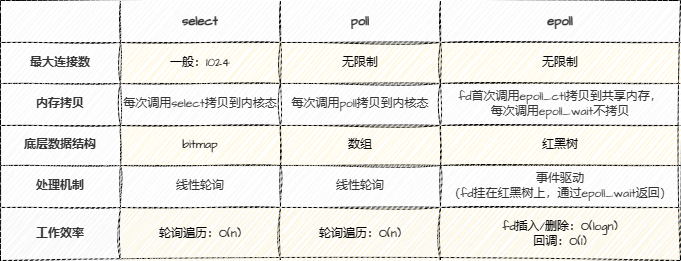
Above: content/blog/os-io-multiplexing-20240323/images/select_poll_epoll.png in hongziqi/hongziqi.github.io (draw.io), before the change. Source tidied: cells renumbered, new cells last; positions are measured from the earlier drawing's top-left corner, leaving out a move shared by most shapes. The source it was exported from:
```xml
<mxGraphModel>
  <root>
    <mxCell id="0" />
    <mxCell id="1" parent="0" />
    <mxCell id="2" style="shape=table;startSize=0;sketch=1;hachureGap=4;jiggle=2;curveFitting=1;fontFamily=Architects Daughter;fontSource=https%3A%2F%2Ffonts.googleapis.com%2Fcss%3Ffamily%3DArchitects%2BDaughter;" parent="1" vertex="1">
      <mxGeometry width="680" height="260" as="geometry" />
    </mxCell>
    <mxCell id="3" style="shape=tableRow;horizontal=0;startSize=0;swimlaneHead=0;swimlaneBody=0;strokeColor=inherit;top=0;left=0;bottom=0;right=0;fillColor=none;sketch=1;hachureGap=4;jiggle=2;curveFitting=1;fontFamily=Architects Daughter;fontSource=https%3A%2F%2Ffonts.googleapis.com%2Fcss%3Ffamily%3DArchitects%2BDaughter;" parent="2" vertex="1">
      <mxGeometry width="680" height="42" as="geometry" />
    </mxCell>
    <mxCell id="4" style="shape=partialRectangle;html=1;whiteSpace=wrap;strokeColor=#666666;overflow=hidden;fillColor=#f5f5f5;top=0;left=0;bottom=0;right=0;sketch=1;hachureGap=4;jiggle=2;curveFitting=1;fontFamily=Architects Daughter;fontSource=https%3A%2F%2Ffonts.googleapis.com%2Fcss%3Ffamily%3DArchitects%2BDaughter;fontColor=#333333;" parent="3" vertex="1">
      <mxGeometry width="120" height="42" as="geometry" />
    </mxCell>
    <mxCell id="5" value="&lt;b&gt;&lt;font style=&quot;font-size: 13px;&quot;&gt;select&lt;/font&gt;&lt;/b&gt;" style="shape=partialRectangle;html=1;whiteSpace=wrap;strokeColor=#666666;overflow=hidden;fillColor=#f5f5f5;top=0;left=0;bottom=0;right=0;sketch=1;hachureGap=4;jiggle=2;curveFitting=1;fontFamily=Architects Daughter;fontSource=https%3A%2F%2Ffonts.googleapis.com%2Fcss%3Ffamily%3DArchitects%2BDaughter;fontColor=#333333;" parent="3" vertex="1">
      <mxGeometry x="120" width="160" height="42" as="geometry" />
    </mxCell>
    <mxCell id="6" value="&lt;b&gt;&lt;font style=&quot;font-size: 13px;&quot;&gt;poll&lt;/font&gt;&lt;/b&gt;" style="shape=partialRectangle;html=1;whiteSpace=wrap;strokeColor=#666666;overflow=hidden;fillColor=#f5f5f5;top=0;left=0;bottom=0;right=0;sketch=1;hachureGap=4;jiggle=2;curveFitting=1;fontFamily=Architects Daughter;fontSource=https%3A%2F%2Ffonts.googleapis.com%2Fcss%3Ffamily%3DArchitects%2BDaughter;fontColor=#333333;" parent="3" vertex="1">
      <mxGeometry x="280" width="160" height="42" as="geometry" />
    </mxCell>
    <mxCell id="7" value="&lt;b&gt;&lt;font style=&quot;font-size: 13px;&quot;&gt;epoll&lt;/font&gt;&lt;/b&gt;" style="shape=partialRectangle;html=1;whiteSpace=wrap;strokeColor=#666666;overflow=hidden;fillColor=#f5f5f5;top=0;left=0;bottom=0;right=0;sketch=1;hachureGap=4;jiggle=2;curveFitting=1;fontFamily=Architects Daughter;fontSource=https%3A%2F%2Ffonts.googleapis.com%2Fcss%3Ffamily%3DArchitects%2BDaughter;fontColor=#333333;" parent="3" vertex="1">
      <mxGeometry x="440" width="240" height="42" as="geometry" />
    </mxCell>
    <mxCell id="8" style="shape=tableRow;horizontal=0;startSize=0;swimlaneHead=0;swimlaneBody=0;strokeColor=inherit;top=0;left=0;bottom=0;right=0;fillColor=none;sketch=1;hachureGap=4;jiggle=2;curveFitting=1;fontFamily=Architects Daughter;fontSource=https%3A%2F%2Ffonts.googleapis.com%2Fcss%3Ffamily%3DArchitects%2BDaughter;" parent="2" vertex="1">
      <mxGeometry y="42" width="680" height="41" as="geometry" />
    </mxCell>
    <mxCell id="9" value="最大连接数" style="shape=partialRectangle;html=1;whiteSpace=wrap;strokeColor=#666666;overflow=hidden;fillColor=#f5f5f5;top=0;left=0;bottom=0;right=0;sketch=1;hachureGap=4;jiggle=2;curveFitting=1;fontFamily=Architects Daughter;fontSource=https%3A%2F%2Ffonts.googleapis.com%2Fcss%3Ffamily%3DArchitects%2BDaughter;fontColor=#333333;fontStyle=1;" parent="8" vertex="1">
      <mxGeometry width="120" height="41" as="geometry" />
    </mxCell>
    <mxCell id="10" value="&lt;div&gt;&lt;span style=&quot;background-color: initial;&quot;&gt;一般：&lt;/span&gt;&lt;span style=&quot;background-color: initial;&quot;&gt;1024&lt;/span&gt;&lt;/div&gt;" style="shape=partialRectangle;html=1;whiteSpace=wrap;strokeColor=#d6b656;overflow=hidden;fillColor=#fff2cc;top=0;left=0;bottom=0;right=0;sketch=1;hachureGap=4;jiggle=2;curveFitting=1;fontFamily=Architects Daughter;fontSource=https%3A%2F%2Ffonts.googleapis.com%2Fcss%3Ffamily%3DArchitects%2BDaughter;" parent="8" vertex="1">
      <mxGeometry x="120" width="160" height="41" as="geometry" />
    </mxCell>
    <mxCell id="11" value="无限制" style="shape=partialRectangle;html=1;whiteSpace=wrap;strokeColor=#d6b656;overflow=hidden;fillColor=#fff2cc;top=0;left=0;bottom=0;right=0;sketch=1;hachureGap=4;jiggle=2;curveFitting=1;fontFamily=Architects Daughter;fontSource=https%3A%2F%2Ffonts.googleapis.com%2Fcss%3Ffamily%3DArchitects%2BDaughter;" parent="8" vertex="1">
      <mxGeometry x="280" width="160" height="41" as="geometry" />
    </mxCell>
    <mxCell id="12" value="无限制" style="shape=partialRectangle;html=1;whiteSpace=wrap;strokeColor=#d6b656;overflow=hidden;fillColor=#fff2cc;top=0;left=0;bottom=0;right=0;sketch=1;hachureGap=4;jiggle=2;curveFitting=1;fontFamily=Architects Daughter;fontSource=https%3A%2F%2Ffonts.googleapis.com%2Fcss%3Ffamily%3DArchitects%2BDaughter;" parent="8" vertex="1">
      <mxGeometry x="440" width="240" height="41" as="geometry" />
    </mxCell>
    <mxCell id="13" style="shape=tableRow;horizontal=0;startSize=0;swimlaneHead=0;swimlaneBody=0;strokeColor=inherit;top=0;left=0;bottom=0;right=0;fillColor=none;sketch=1;hachureGap=4;jiggle=2;curveFitting=1;fontFamily=Architects Daughter;fontSource=https%3A%2F%2Ffonts.googleapis.com%2Fcss%3Ffamily%3DArchitects%2BDaughter;" parent="2" vertex="1">
      <mxGeometry y="83" width="680" height="42" as="geometry" />
    </mxCell>
    <mxCell id="14" value="内存拷贝" style="shape=partialRectangle;html=1;whiteSpace=wrap;strokeColor=#666666;overflow=hidden;fillColor=#f5f5f5;top=0;left=0;bottom=0;right=0;sketch=1;hachureGap=4;jiggle=2;curveFitting=1;fontFamily=Architects Daughter;fontSource=https%3A%2F%2Ffonts.googleapis.com%2Fcss%3Ffamily%3DArchitects%2BDaughter;fontColor=#333333;fontStyle=1;" parent="13" vertex="1">
      <mxGeometry width="120" height="42" as="geometry" />
    </mxCell>
    <mxCell id="15" value="每次调用select拷贝到内核态" style="shape=partialRectangle;html=1;whiteSpace=wrap;strokeColor=#666666;overflow=hidden;fillColor=#f5f5f5;top=0;left=0;bottom=0;right=0;sketch=1;hachureGap=4;jiggle=2;curveFitting=1;fontFamily=Architects Daughter;fontSource=https%3A%2F%2Ffonts.googleapis.com%2Fcss%3Ffamily%3DArchitects%2BDaughter;fontColor=#333333;" parent="13" vertex="1">
      <mxGeometry x="120" width="160" height="42" as="geometry" />
    </mxCell>
    <mxCell id="16" value="每次调用poll拷贝到内核态" style="shape=partialRectangle;html=1;whiteSpace=wrap;strokeColor=#666666;overflow=hidden;fillColor=#f5f5f5;top=0;left=0;bottom=0;right=0;sketch=1;hachureGap=4;jiggle=2;curveFitting=1;fontFamily=Architects Daughter;fontSource=https%3A%2F%2Ffonts.googleapis.com%2Fcss%3Ffamily%3DArchitects%2BDaughter;fontColor=#333333;" parent="13" vertex="1">
      <mxGeometry x="280" width="160" height="42" as="geometry" />
    </mxCell>
    <mxCell id="17" value="fd首次调用epoll_ctl拷贝到共享内存，&lt;div&gt;每次调用epoll_wait不拷贝&lt;/div&gt;" style="shape=partialRectangle;html=1;whiteSpace=wrap;strokeColor=#666666;overflow=hidden;fillColor=#f5f5f5;top=0;left=0;bottom=0;right=0;sketch=1;hachureGap=4;jiggle=2;curveFitting=1;fontFamily=Architects Daughter;fontSource=https%3A%2F%2Ffonts.googleapis.com%2Fcss%3Ffamily%3DArchitects%2BDaughter;fontColor=#333333;" parent="13" vertex="1">
      <mxGeometry x="440" width="240" height="42" as="geometry" />
    </mxCell>
    <mxCell id="18" style="shape=tableRow;horizontal=0;startSize=0;swimlaneHead=0;swimlaneBody=0;strokeColor=inherit;top=0;left=0;bottom=0;right=0;fillColor=none;sketch=1;hachureGap=4;jiggle=2;curveFitting=1;fontFamily=Architects Daughter;fontSource=https%3A%2F%2Ffonts.googleapis.com%2Fcss%3Ffamily%3DArchitects%2BDaughter;" parent="2" vertex="1">
      <mxGeometry y="125" width="680" height="40" as="geometry" />
    </mxCell>
    <mxCell id="19" value="底层数据结构" style="shape=partialRectangle;html=1;whiteSpace=wrap;strokeColor=#666666;overflow=hidden;fillColor=#f5f5f5;top=0;left=0;bottom=0;right=0;sketch=1;hachureGap=4;jiggle=2;curveFitting=1;fontFamily=Architects Daughter;fontSource=https%3A%2F%2Ffonts.googleapis.com%2Fcss%3Ffamily%3DArchitects%2BDaughter;fontColor=#333333;fontStyle=1;" parent="18" vertex="1">
      <mxGeometry width="120" height="40" as="geometry" />
    </mxCell>
    <mxCell id="20" value="bitmap" style="shape=partialRectangle;html=1;whiteSpace=wrap;strokeColor=#d6b656;overflow=hidden;fillColor=#fff2cc;top=0;left=0;bottom=0;right=0;sketch=1;hachureGap=4;jiggle=2;curveFitting=1;fontFamily=Architects Daughter;fontSource=https%3A%2F%2Ffonts.googleapis.com%2Fcss%3Ffamily%3DArchitects%2BDaughter;" parent="18" vertex="1">
      <mxGeometry x="120" width="160" height="40" as="geometry" />
    </mxCell>
    <mxCell id="21" value="数组" style="shape=partialRectangle;html=1;whiteSpace=wrap;strokeColor=#d6b656;overflow=hidden;fillColor=#fff2cc;top=0;left=0;bottom=0;right=0;sketch=1;hachureGap=4;jiggle=2;curveFitting=1;fontFamily=Architects Daughter;fontSource=https%3A%2F%2Ffonts.googleapis.com%2Fcss%3Ffamily%3DArchitects%2BDaughter;" parent="18" vertex="1">
      <mxGeometry x="280" width="160" height="40" as="geometry" />
    </mxCell>
    <mxCell id="22" value="红黑树" style="shape=partialRectangle;html=1;whiteSpace=wrap;strokeColor=#d6b656;overflow=hidden;fillColor=#fff2cc;top=0;left=0;bottom=0;right=0;sketch=1;hachureGap=4;jiggle=2;curveFitting=1;fontFamily=Architects Daughter;fontSource=https%3A%2F%2Ffonts.googleapis.com%2Fcss%3Ffamily%3DArchitects%2BDaughter;" parent="18" vertex="1">
      <mxGeometry x="440" width="240" height="40" as="geometry" />
    </mxCell>
    <mxCell id="23" style="shape=tableRow;horizontal=0;startSize=0;swimlaneHead=0;swimlaneBody=0;strokeColor=inherit;top=0;left=0;bottom=0;right=0;fillColor=none;sketch=1;hachureGap=4;jiggle=2;curveFitting=1;fontFamily=Architects Daughter;fontSource=https%3A%2F%2Ffonts.googleapis.com%2Fcss%3Ffamily%3DArchitects%2BDaughter;" parent="2" vertex="1">
      <mxGeometry y="165" width="680" height="42" as="geometry" />
    </mxCell>
    <mxCell id="24" value="处理机制" style="shape=partialRectangle;html=1;whiteSpace=wrap;strokeColor=#666666;overflow=hidden;fillColor=#f5f5f5;top=0;left=0;bottom=0;right=0;sketch=1;hachureGap=4;jiggle=2;curveFitting=1;fontFamily=Architects Daughter;fontSource=https%3A%2F%2Ffonts.googleapis.com%2Fcss%3Ffamily%3DArchitects%2BDaughter;fontColor=#333333;fontStyle=1;" parent="23" vertex="1">
      <mxGeometry width="120" height="42" as="geometry" />
    </mxCell>
    <mxCell id="25" value="线性轮询" style="shape=partialRectangle;html=1;whiteSpace=wrap;strokeColor=#666666;overflow=hidden;fillColor=#f5f5f5;top=0;left=0;bottom=0;right=0;sketch=1;hachureGap=4;jiggle=2;curveFitting=1;fontFamily=Architects Daughter;fontSource=https%3A%2F%2Ffonts.googleapis.com%2Fcss%3Ffamily%3DArchitects%2BDaughter;fontColor=#333333;" parent="23" vertex="1">
      <mxGeometry x="120" width="160" height="42" as="geometry" />
    </mxCell>
    <mxCell id="26" value="线性轮询" style="shape=partialRectangle;html=1;whiteSpace=wrap;strokeColor=#666666;overflow=hidden;fillColor=#f5f5f5;top=0;left=0;bottom=0;right=0;sketch=1;hachureGap=4;jiggle=2;curveFitting=1;fontFamily=Architects Daughter;fontSource=https%3A%2F%2Ffonts.googleapis.com%2Fcss%3Ffamily%3DArchitects%2BDaughter;fontColor=#333333;" parent="23" vertex="1">
      <mxGeometry x="280" width="160" height="42" as="geometry" />
    </mxCell>
    <mxCell id="27" value="事件驱动&lt;div&gt;&lt;span style=&quot;background-color: initial;&quot;&gt;（fd挂在红黑树上，通过epoll_wait返回）&lt;/span&gt;&lt;/div&gt;" style="shape=partialRectangle;html=1;whiteSpace=wrap;strokeColor=#666666;overflow=hidden;fillColor=#f5f5f5;top=0;left=0;bottom=0;right=0;sketch=1;hachureGap=4;jiggle=2;curveFitting=1;fontFamily=Architects Daughter;fontSource=https%3A%2F%2Ffonts.googleapis.com%2Fcss%3Ffamily%3DArchitects%2BDaughter;fontColor=#333333;" parent="23" vertex="1">
      <mxGeometry x="440" width="240" height="42" as="geometry" />
    </mxCell>
    <mxCell id="28" style="shape=tableRow;horizontal=0;startSize=0;swimlaneHead=0;swimlaneBody=0;strokeColor=#666666;top=0;left=0;bottom=0;right=0;fillColor=#f5f5f5;sketch=1;hachureGap=4;jiggle=2;curveFitting=1;fontFamily=Architects Daughter;fontSource=https%3A%2F%2Ffonts.googleapis.com%2Fcss%3Ffamily%3DArchitects%2BDaughter;fontColor=#333333;" parent="2" vertex="1">
      <mxGeometry y="207" width="680" height="53" as="geometry" />
    </mxCell>
    <mxCell id="29" value="工作效率" style="shape=partialRectangle;html=1;whiteSpace=wrap;strokeColor=#666666;overflow=hidden;fillColor=#f5f5f5;top=0;left=0;bottom=0;right=0;sketch=1;hachureGap=4;jiggle=2;curveFitting=1;fontFamily=Architects Daughter;fontSource=https%3A%2F%2Ffonts.googleapis.com%2Fcss%3Ffamily%3DArchitects%2BDaughter;fontColor=#333333;fontStyle=1;" parent="28" vertex="1">
      <mxGeometry width="120" height="53" as="geometry" />
    </mxCell>
    <mxCell id="30" value="轮询遍历：O(n)" style="shape=partialRectangle;html=1;whiteSpace=wrap;strokeColor=#d6b656;overflow=hidden;fillColor=#fff2cc;top=0;left=0;bottom=0;right=0;sketch=1;hachureGap=4;jiggle=2;curveFitting=1;fontFamily=Architects Daughter;fontSource=https%3A%2F%2Ffonts.googleapis.com%2Fcss%3Ffamily%3DArchitects%2BDaughter;" parent="28" vertex="1">
      <mxGeometry x="120" width="160" height="53" as="geometry" />
    </mxCell>
    <mxCell id="31" value="轮询遍历：O(n)" style="shape=partialRectangle;html=1;whiteSpace=wrap;strokeColor=#d6b656;overflow=hidden;fillColor=#fff2cc;top=0;left=0;bottom=0;right=0;sketch=1;hachureGap=4;jiggle=2;curveFitting=1;fontFamily=Architects Daughter;fontSource=https%3A%2F%2Ffonts.googleapis.com%2Fcss%3Ffamily%3DArchitects%2BDaughter;" parent="28" vertex="1">
      <mxGeometry x="280" width="160" height="53" as="geometry" />
    </mxCell>
    <mxCell id="32" value="fd插入/删除：O(logn)&lt;div&gt;回调：O(1)&lt;/div&gt;" style="shape=partialRectangle;html=1;whiteSpace=wrap;strokeColor=#d6b656;overflow=hidden;fillColor=#fff2cc;top=0;left=0;bottom=0;right=0;sketch=1;hachureGap=4;jiggle=2;curveFitting=1;fontFamily=Architects Daughter;fontSource=https%3A%2F%2Ffonts.googleapis.com%2Fcss%3Ffamily%3DArchitects%2BDaughter;" parent="28" vertex="1">
      <mxGeometry x="440" width="240" height="53" as="geometry" />
    </mxCell>
  </root>
</mxGraphModel>
```
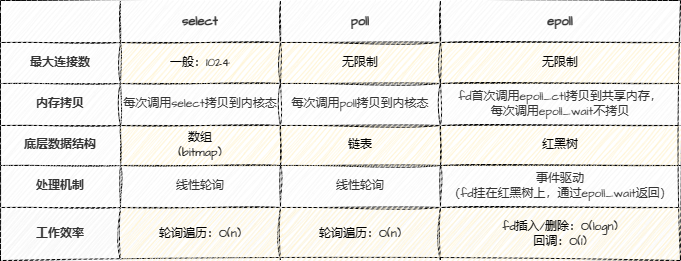
Above is the later version.

Change to the diagram source:
```diff
@@ -56,10 +56,10 @@
     <mxCell id="19" value="底层数据结构" style="shape=partialRectangle;html=1;whiteSpace=wrap;strokeColor=#666666;overflow=hidden;fillColor=#f5f5f5;top=0;left=0;bottom=0;right=0;sketch=1;hachureGap=4;jiggle=2;curveFitting=1;fontFamily=Architects Daughter;fontSource=https%3A%2F%2Ffonts.googleapis.com%2Fcss%3Ffamily%3DArchitects%2BDaughter;fontColor=#333333;fontStyle=1;" parent="18" vertex="1">
       <mxGeometry width="120" height="40" as="geometry" />
     </mxCell>
-    <mxCell id="20" value="bitmap" style="shape=partialRectangle;html=1;whiteSpace=wrap;strokeColor=#d6b656;overflow=hidden;fillColor=#fff2cc;top=0;left=0;bottom=0;right=0;sketch=1;hachureGap=4;jiggle=2;curveFitting=1;fontFamily=Architects Daughter;fontSource=https%3A%2F%2Ffonts.googleapis.com%2Fcss%3Ffamily%3DArchitects%2BDaughter;" parent="18" vertex="1">
+    <mxCell id="20" value="数组&lt;div&gt;(bitmap)&lt;/div&gt;" style="shape=partialRectangle;html=1;whiteSpace=wrap;strokeColor=#d6b656;overflow=hidden;fillColor=#fff2cc;top=0;left=0;bottom=0;right=0;sketch=1;hachureGap=4;jiggle=2;curveFitting=1;fontFamily=Architects Daughter;fontSource=https%3A%2F%2Ffonts.googleapis.com%2Fcss%3Ffamily%3DArchitects%2BDaughter;" parent="18" vertex="1">
       <mxGeometry x="120" width="160" height="40" as="geometry" />
     </mxCell>
-    <mxCell id="21" value="数组" style="shape=partialRectangle;html=1;whiteSpace=wrap;strokeColor=#d6b656;overflow=hidden;fillColor=#fff2cc;top=0;left=0;bottom=0;right=0;sketch=1;hachureGap=4;jiggle=2;curveFitting=1;fontFamily=Architects Daughter;fontSource=https%3A%2F%2Ffonts.googleapis.com%2Fcss%3Ffamily%3DArchitects%2BDaughter;" parent="18" vertex="1">
+    <mxCell id="21" value="链表" style="shape=partialRectangle;html=1;whiteSpace=wrap;strokeColor=#d6b656;overflow=hidden;fillColor=#fff2cc;top=0;left=0;bottom=0;right=0;sketch=1;hachureGap=4;jiggle=2;curveFitting=1;fontFamily=Architects Daughter;fontSource=https%3A%2F%2Ffonts.googleapis.com%2Fcss%3Ffamily%3DArchitects%2BDaughter;" parent="18" vertex="1">
       <mxGeometry x="280" width="160" height="40" as="geometry" />
     </mxCell>
     <mxCell id="22" value="红黑树" style="shape=partialRectangle;html=1;whiteSpace=wrap;strokeColor=#d6b656;overflow=hidden;fillColor=#fff2cc;top=0;left=0;bottom=0;right=0;sketch=1;hachureGap=4;jiggle=2;curveFitting=1;fontFamily=Architects Daughter;fontSource=https%3A%2F%2Ffonts.googleapis.com%2Fcss%3Ffamily%3DArchitects%2BDaughter;" parent="18" vertex="1">
```
